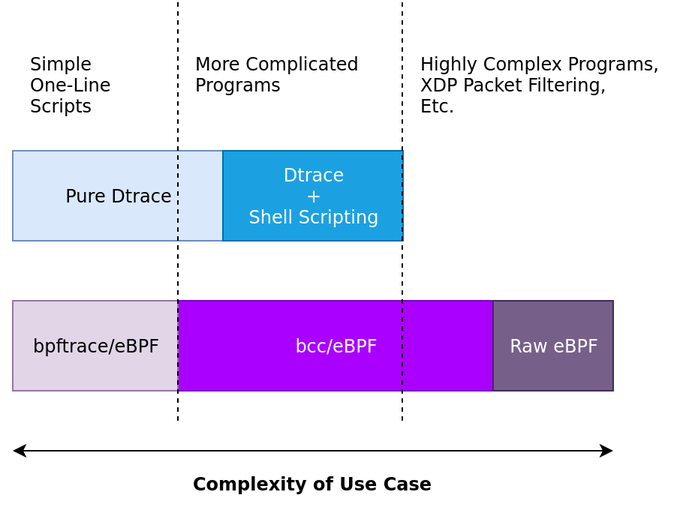
The draw.io diagram figures/bpf-dtrace-api.png in willfindlay/honors-thesis, before a commit. Source tidied: cells renumbered, new cells last; positions are measured from the earlier drawing's top-left corner, leaving out a move shared by most shapes. The source it was exported from:
```xml
<mxGraphModel>
  <root>
    <mxCell id="0" />
    <mxCell id="1" parent="0" />
    <mxCell id="2" style="endArrow=classic;startArrow=classic;html=1;" parent="1" edge="1">
      <mxGeometry relative="1" as="geometry">
        <mxPoint y="300" as="sourcePoint" />
        <mxPoint x="400" y="300" as="targetPoint" />
      </mxGeometry>
    </mxCell>
    <mxCell id="3" value="Complexity of Use Case" style="text;align=center;fontStyle=1;verticalAlign=middle;spacingLeft=3;spacingRight=3;strokeColor=none;" parent="1" vertex="1">
      <mxGeometry x="115" y="310" width="170" height="26" as="geometry" />
    </mxCell>
    <mxCell id="4" value="bcc/eBPF" style="rounded=0;whiteSpace=wrap;html=1;fillColor=#aa00ff;strokeColor=#7700CC;fontColor=#ffffff;" parent="1" vertex="1">
      <mxGeometry x="110" y="200" width="210" height="60" as="geometry" />
    </mxCell>
    <mxCell id="5" value="bpftrace/eBPF" style="rounded=0;whiteSpace=wrap;html=1;fillColor=#e1d5e7;strokeColor=#9673a6;" parent="1" vertex="1">
      <mxGeometry y="200" width="110" height="60" as="geometry" />
    </mxCell>
    <mxCell id="6" value="Pure Dtrace" style="rounded=0;whiteSpace=wrap;html=1;fillColor=#dae8fc;strokeColor=#6c8ebf;" parent="1" vertex="1">
      <mxGeometry y="100" width="140" height="60" as="geometry" />
    </mxCell>
    <mxCell id="7" value="Dtrace&lt;br&gt;+&lt;br&gt;Shell Scripting" style="rounded=0;whiteSpace=wrap;html=1;fillColor=#1ba1e2;strokeColor=#006EAF;fontColor=#ffffff;" parent="1" vertex="1">
      <mxGeometry x="140" y="100" width="120" height="60" as="geometry" />
    </mxCell>
    <mxCell id="8" value="Raw eBPF" style="rounded=0;whiteSpace=wrap;html=1;fillColor=#76608a;strokeColor=#432D57;fontColor=#ffffff;" parent="1" vertex="1">
      <mxGeometry x="320" y="200" width="80" height="60" as="geometry" />
    </mxCell>
    <mxCell id="9" style="endArrow=none;dashed=1;html=1;" parent="1" edge="1">
      <mxGeometry relative="1" as="geometry">
        <mxPoint x="110" y="280" as="sourcePoint" />
        <mxPoint x="110" as="targetPoint" />
      </mxGeometry>
    </mxCell>
    <mxCell id="10" value="Simple&lt;br&gt;One-Line&lt;br&gt;Scripts" style="text;html=1;align=left;verticalAlign=top;spacingTop=-4;" parent="1" vertex="1">
      <mxGeometry x="10" y="33" width="70" height="40" as="geometry" />
    </mxCell>
    <mxCell id="11" value="More Complicated&lt;br&gt;Programs" style="text;html=1;align=left;verticalAlign=top;spacingTop=-4;" parent="1" vertex="1">
      <mxGeometry x="120" y="33" width="120" height="30" as="geometry" />
    </mxCell>
    <mxCell id="12" style="endArrow=none;dashed=1;html=1;" parent="1" edge="1">
      <mxGeometry relative="1" as="geometry">
        <mxPoint x="259.5" y="280" as="sourcePoint" />
        <mxPoint x="259.5" as="targetPoint" />
      </mxGeometry>
    </mxCell>
    <mxCell id="13" value="Highly Complex Programs,&lt;br&gt;XDP Packet Filtering,&lt;br&gt;Etc." style="text;html=1;align=left;verticalAlign=top;spacingTop=-4;" parent="1" vertex="1">
      <mxGeometry x="269.5" y="33" width="170" height="40" as="geometry" />
    </mxCell>
  </root>
</mxGraphModel>
```
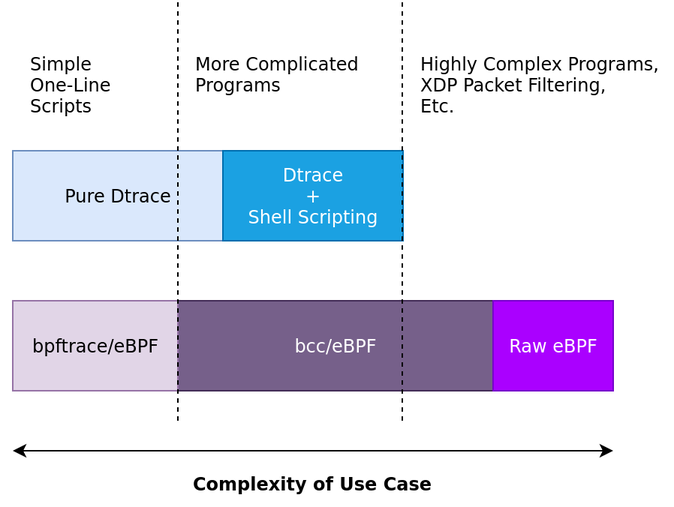
After the commit.

The edit, as a diff of the source:
```diff
@@ -11,7 +11,7 @@
     <mxCell id="3" value="Complexity of Use Case" style="text;align=center;fontStyle=1;verticalAlign=middle;spacingLeft=3;spacingRight=3;strokeColor=none;" parent="1" vertex="1">
       <mxGeometry x="115" y="310" width="170" height="26" as="geometry" />
     </mxCell>
-    <mxCell id="4" value="bcc/eBPF" style="rounded=0;whiteSpace=wrap;html=1;fillColor=#aa00ff;strokeColor=#7700CC;fontColor=#ffffff;" parent="1" vertex="1">
+    <mxCell id="4" value="bcc/eBPF" style="rounded=0;whiteSpace=wrap;html=1;fillColor=#76608a;strokeColor=#432D57;fontColor=#ffffff;" parent="1" vertex="1">
       <mxGeometry x="110" y="200" width="210" height="60" as="geometry" />
     </mxCell>
     <mxCell id="5" value="bpftrace/eBPF" style="rounded=0;whiteSpace=wrap;html=1;fillColor=#e1d5e7;strokeColor=#9673a6;" parent="1" vertex="1">
@@ -23,7 +23,7 @@
     <mxCell id="7" value="Dtrace&lt;br&gt;+&lt;br&gt;Shell Scripting" style="rounded=0;whiteSpace=wrap;html=1;fillColor=#1ba1e2;strokeColor=#006EAF;fontColor=#ffffff;" parent="1" vertex="1">
       <mxGeometry x="140" y="100" width="120" height="60" as="geometry" />
     </mxCell>
-    <mxCell id="8" value="Raw eBPF" style="rounded=0;whiteSpace=wrap;html=1;fillColor=#76608a;strokeColor=#432D57;fontColor=#ffffff;" parent="1" vertex="1">
+    <mxCell id="8" value="Raw eBPF" style="rounded=0;whiteSpace=wrap;html=1;fillColor=#aa00ff;strokeColor=#7700CC;fontColor=#ffffff;" parent="1" vertex="1">
       <mxGeometry x="320" y="200" width="80" height="60" as="geometry" />
     </mxCell>
     <mxCell id="9" style="endArrow=none;dashed=1;html=1;" parent="1" edge="1">
```
